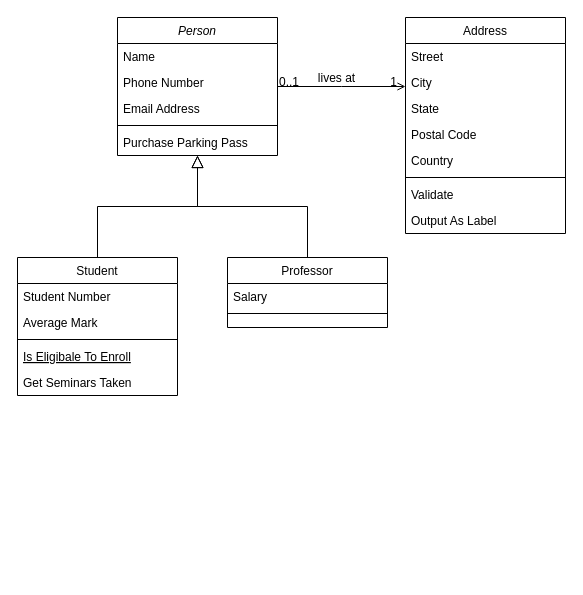
This is Untitled Diagram.drawio from eminentecero/Greening, a draw.io file, before an edit. Source tidied: cells renumbered, new cells numbered last; positions are measured from the earlier drawing's top-left corner, leaving out a move shared by most shapes. Both pictures are drawn from the tidied source at 100%, with x=0, y=0 at pixel (17, 17).
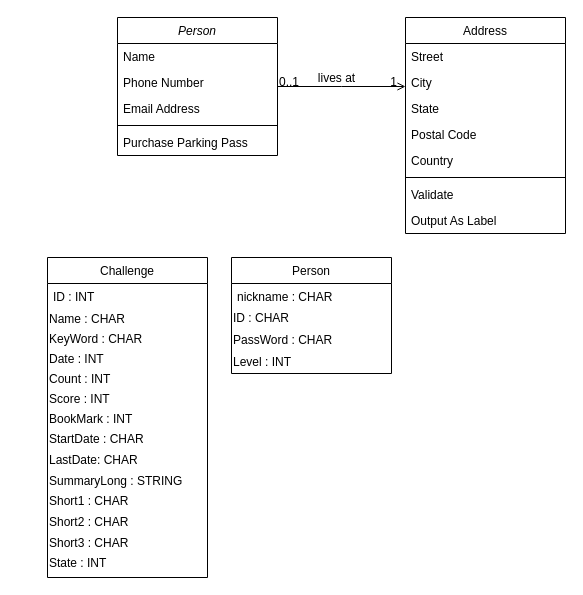
After the change.

The change refers to these unchanged cells:
```xml
<mxCell id="2" value="Person" style="swimlane;fontStyle=2;align=center;verticalAlign=top;horizontal=1;startSize=26;rounded=0;shadow=0;strokeWidth=1;" parent="1" vertex="1">
  <mxGeometry x="100" width="160" height="138" as="geometry" />
</mxCell>
```

Change to the diagram source:
```diff
@@
-    <mxCell id="8" value="Student" style="swimlane;fontStyle=0;align=center;verticalAlign=top;horizontal=1;startSize=26;rounded=0;shadow=0;strokeWidth=1;" parent="1" vertex="1">
-      <mxGeometry y="240" width="160" height="138" as="geometry" />
+    <mxCell id="8" value="Challenge" style="swimlane;fontStyle=0;align=center;verticalAlign=top;horizontal=1;startSize=26;rounded=0;shadow=0;strokeWidth=1;" parent="1" vertex="1">
+      <mxGeometry x="30" y="240" width="160" height="320" as="geometry" />
     </mxCell>
-    <mxCell id="9" value="Student Number" style="text;align=left;verticalAlign=top;spacingLeft=4;spacingRight=4;overflow=hidden;" parent="8" vertex="1">
-      <mxGeometry y="26" width="160" height="26" as="geometry" />
-    </mxCell>
-    <mxCell id="10" value="Average Mark" style="text;align=left;verticalAlign=top;spacingLeft=4;spacingRight=4;overflow=hidden;rounded=0;shadow=0;html=0;" parent="8" vertex="1">
-      <mxGeometry y="52" width="160" height="26" as="geometry" />
+    <mxCell id="10" value="ID : INT" style="text;align=left;verticalAlign=top;spacingLeft=4;spacingRight=4;overflow=hidden;rounded=0;shadow=0;html=0;" parent="8" vertex="1">
+      <mxGeometry y="26" width="160" height="26" as="geometry" />
     </mxCell>
-    <mxCell id="11" style="line;html=1;strokeWidth=1;align=left;verticalAlign=middle;spacingTop=-1;spacingLeft=3;spacingRight=3;labelPosition=right;" parent="8" vertex="1">
-      <mxGeometry y="78" width="160" height="8" as="geometry" />
-    </mxCell>
-    <mxCell id="12" value="Is Eligibale To Enroll" style="text;align=left;verticalAlign=top;spacingLeft=4;spacingRight=4;overflow=hidden;fontStyle=4;" parent="8" vertex="1">
-      <mxGeometry y="86" width="160" height="26" as="geometry" />
-    </mxCell>
-    <mxCell id="13" value="Get Seminars Taken" style="text;align=left;verticalAlign=top;spacingLeft=4;spacingRight=4;overflow=hidden;" parent="8" vertex="1">
-      <mxGeometry y="112" width="160" height="26" as="geometry" />
-    </mxCell>
-    <mxCell id="14" style="endArrow=block;endSize=10;endFill=0;shadow=0;strokeWidth=1;rounded=0;edgeStyle=elbowEdgeStyle;elbow=vertical;" parent="1" edge="1" source="8" target="2">
-      <mxGeometry relative="1" as="geometry" />
-    </mxCell>
+    <mxCell id="32" value="Name : CHAR" style="text;html=1;strokeColor=none;fillColor=none;align=left;verticalAlign=middle;whiteSpace=wrap;rounded=0;" parent="8" vertex="1">
+      <mxGeometry y="52" width="160" height="20" as="geometry" />
+    </mxCell>
+    <mxCell id="33" value="KeyWord : CHAR" style="text;html=1;strokeColor=none;fillColor=none;align=left;verticalAlign=middle;whiteSpace=wrap;rounded=0;" parent="8" vertex="1">
+      <mxGeometry y="72" width="160" height="20" as="geometry" />
+    </mxCell>
+    <mxCell id="34" value="Date : INT" style="text;html=1;strokeColor=none;fillColor=none;align=left;verticalAlign=middle;whiteSpace=wrap;rounded=0;" parent="8" vertex="1">
+      <mxGeometry y="92" width="160" height="20" as="geometry" />
+    </mxCell>
+    <mxCell id="35" value="Count : INT" style="text;html=1;strokeColor=none;fillColor=none;align=left;verticalAlign=middle;whiteSpace=wrap;rounded=0;" parent="8" vertex="1">
+      <mxGeometry y="112" width="160" height="20" as="geometry" />
+    </mxCell>
+    <mxCell id="36" value="Score : INT" style="text;html=1;strokeColor=none;fillColor=none;align=left;verticalAlign=middle;whiteSpace=wrap;rounded=0;" parent="8" vertex="1">
+      <mxGeometry y="132" width="160" height="20" as="geometry" />
+    </mxCell>
+    <mxCell id="37" value="BookMark : INT" style="text;html=1;strokeColor=none;fillColor=none;align=left;verticalAlign=middle;whiteSpace=wrap;rounded=0;" parent="8" vertex="1">
+      <mxGeometry y="152" width="160" height="20" as="geometry" />
+    </mxCell>
+    <mxCell id="38" value="StartDate : CHAR" style="text;html=1;strokeColor=none;fillColor=none;align=left;verticalAlign=middle;whiteSpace=wrap;rounded=0;" parent="8" vertex="1">
+      <mxGeometry y="172" width="160" height="20" as="geometry" />
+    </mxCell>
+    <mxCell id="39" value="LastDate: CHAR" style="text;html=1;strokeColor=none;fillColor=none;align=left;verticalAlign=middle;whiteSpace=wrap;rounded=0;" parent="8" vertex="1">
+      <mxGeometry y="192" width="160" height="22" as="geometry" />
+    </mxCell>
+    <mxCell id="40" value="SummaryLong : STRING" style="text;html=1;strokeColor=none;fillColor=none;align=left;verticalAlign=middle;whiteSpace=wrap;rounded=0;" parent="8" vertex="1">
+      <mxGeometry y="214" width="160" height="20" as="geometry" />
+    </mxCell>
+    <mxCell id="41" value="Short1 : CHAR" style="text;html=1;strokeColor=none;fillColor=none;align=left;verticalAlign=middle;whiteSpace=wrap;rounded=0;" parent="8" vertex="1">
+      <mxGeometry y="234" width="160" height="20" as="geometry" />
+    </mxCell>
+    <mxCell id="42" value="Short2 : CHAR" style="text;html=1;strokeColor=none;fillColor=none;align=left;verticalAlign=middle;whiteSpace=wrap;rounded=0;" parent="8" vertex="1">
+      <mxGeometry y="254" width="160" height="22" as="geometry" />
+    </mxCell>
+    <mxCell id="43" value="Short3 : CHAR" style="text;html=1;strokeColor=none;fillColor=none;align=left;verticalAlign=middle;whiteSpace=wrap;rounded=0;" parent="8" vertex="1">
+      <mxGeometry y="276" width="160" height="20" as="geometry" />
+    </mxCell>
+    <mxCell id="44" value="State : INT" style="text;html=1;strokeColor=none;fillColor=none;align=left;verticalAlign=middle;whiteSpace=wrap;rounded=0;" parent="8" vertex="1">
+      <mxGeometry y="296" width="160" height="20" as="geometry" />
+    </mxCell>
-    <mxCell id="15" value="Professor" style="swimlane;fontStyle=0;align=center;verticalAlign=top;horizontal=1;startSize=26;rounded=0;shadow=0;strokeWidth=1;" parent="1" vertex="1">
-      <mxGeometry x="210" y="240" width="160" height="70" as="geometry" />
+    <mxCell id="15" value="Person" style="swimlane;fontStyle=0;align=center;verticalAlign=top;horizontal=1;startSize=26;rounded=0;shadow=0;strokeWidth=1;" parent="1" vertex="1">
+      <mxGeometry x="214" y="240" width="160" height="116" as="geometry" />
     </mxCell>
-    <mxCell id="16" value="Salary" style="text;align=left;verticalAlign=top;spacingLeft=4;spacingRight=4;overflow=hidden;" parent="15" vertex="1">
-      <mxGeometry y="26" width="160" height="26" as="geometry" />
+    <mxCell id="16" value="nickname : CHAR" style="text;align=left;verticalAlign=top;spacingLeft=4;spacingRight=4;overflow=hidden;" parent="15" vertex="1">
+      <mxGeometry y="26" width="160" height="24" as="geometry" />
     </mxCell>
-    <mxCell id="17" style="line;html=1;strokeWidth=1;align=left;verticalAlign=middle;spacingTop=-1;spacingLeft=3;spacingRight=3;labelPosition=right;" parent="15" vertex="1">
-      <mxGeometry y="52" width="160" height="8" as="geometry" />
-    </mxCell>
-    <mxCell id="18" style="endArrow=block;endSize=10;endFill=0;shadow=0;strokeWidth=1;rounded=0;edgeStyle=elbowEdgeStyle;elbow=vertical;" parent="1" edge="1" source="15" target="2">
-      <mxGeometry relative="1" as="geometry" />
-    </mxCell>
+    <mxCell id="45" value="ID : CHAR" style="text;html=1;strokeColor=none;fillColor=none;align=left;verticalAlign=middle;whiteSpace=wrap;rounded=0;" parent="15" vertex="1">
+      <mxGeometry y="50" width="160" height="22" as="geometry" />
+    </mxCell>
+    <mxCell id="46" value="PassWord : CHAR" style="text;html=1;strokeColor=none;fillColor=none;align=left;verticalAlign=middle;whiteSpace=wrap;rounded=0;" parent="15" vertex="1">
+      <mxGeometry y="72" width="160" height="22" as="geometry" />
+    </mxCell>
+    <mxCell id="47" value="Level : INT" style="text;html=1;strokeColor=none;fillColor=none;align=left;verticalAlign=middle;whiteSpace=wrap;rounded=0;" parent="15" vertex="1">
+      <mxGeometry y="94" width="160" height="22" as="geometry" />
+    </mxCell>
```
